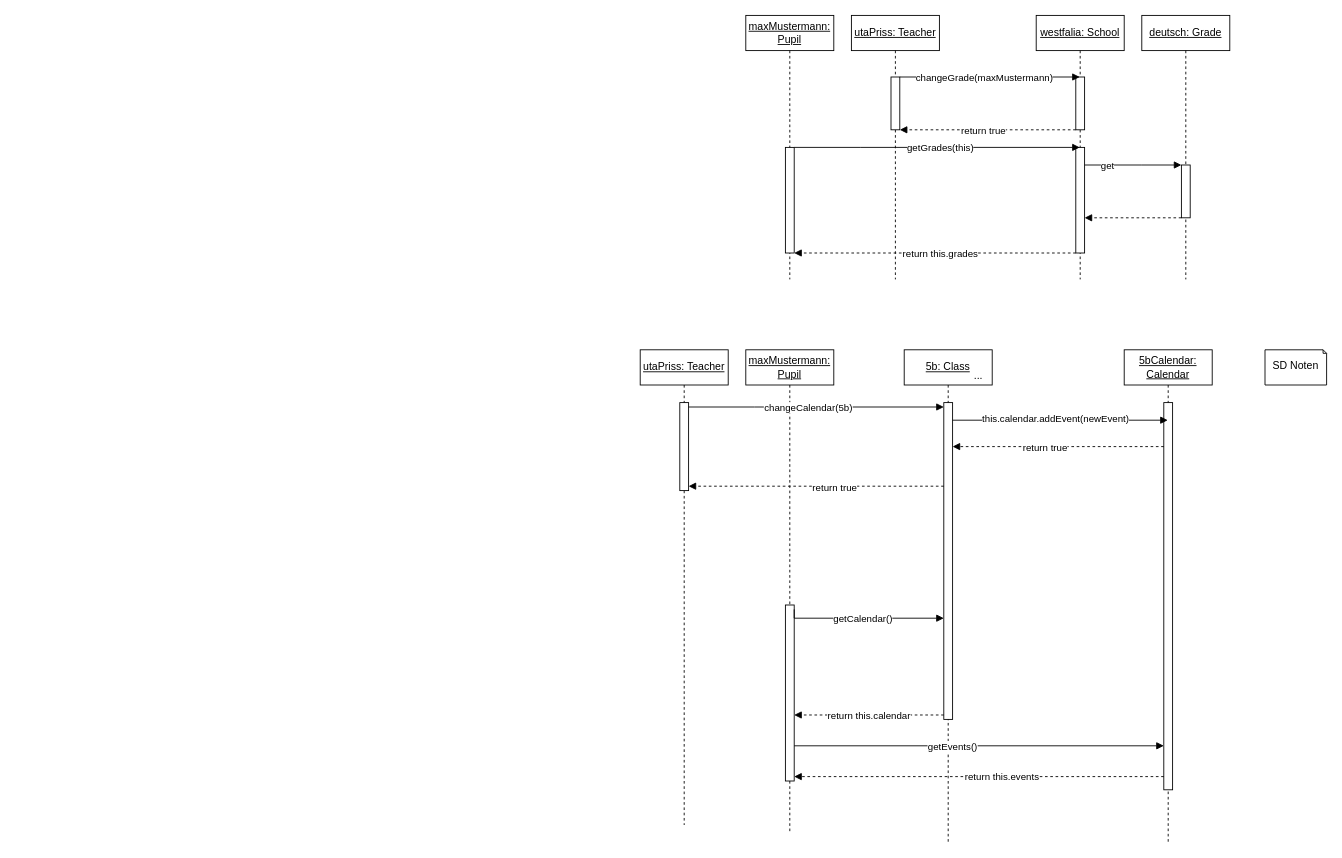
TrainFan1804/SchulverwaltungUML keeps this draw.io diagram as Sequenzdiagramm.drawio. Above is the earlier version. Source tidied: cells renumbered, new cells numbered last; positions are measured from the earlier drawing's top-left corner, leaving out a move shared by most shapes. Both pictures are drawn from the tidied source at 88%, with x=0, y=0 at pixel (640, 15).
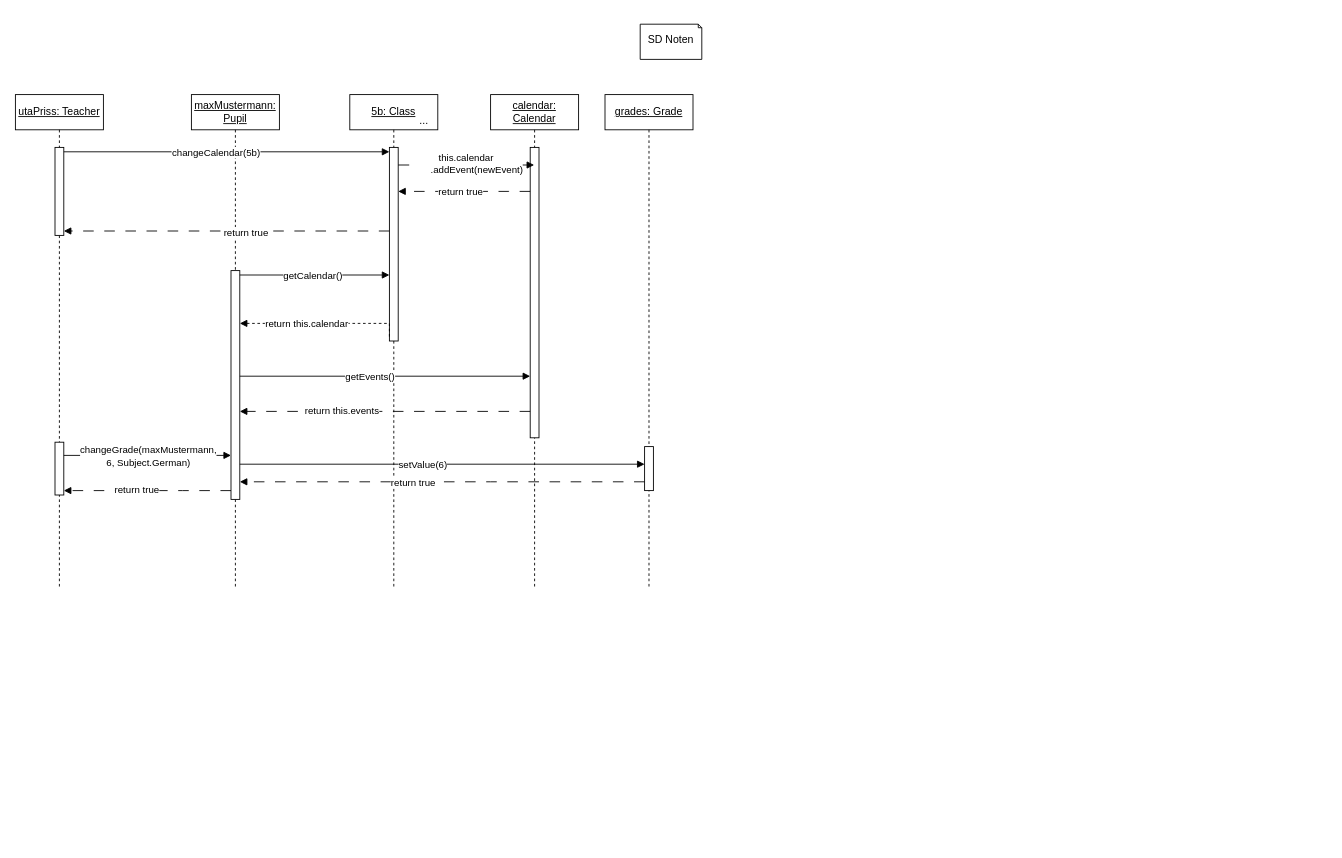
The same page after the edit.

The change refers to these unchanged cells:
```xml
<mxCell id="36" style="html=1;points=[[0,0,0,0,5],[0,1,0,0,-5],[1,0,0,0,5],[1,1,0,0,-5]];perimeter=orthogonalPerimeter;outlineConnect=0;targetShapes=umlLifeline;portConstraint=eastwest;newEdgeStyle={&quot;curved&quot;:0,&quot;rounded&quot;:0};" parent="35" vertex="1">
  <mxGeometry x="45" y="60" width="10" height="100" as="geometry" />
</mxCell>
```

What changed in the source:
```diff
@@
-    <mxCell id="2" value="&lt;u&gt;maxMustermann: Pupil&lt;/u&gt;" style="shape=umlLifeline;perimeter=lifelinePerimeter;whiteSpace=wrap;html=1;newEdgeStyle={&quot;edgeStyle&quot;:&quot;elbowEdgeStyle&quot;,&quot;elbow&quot;:&quot;vertical&quot;,&quot;curved&quot;:0,&quot;rounded&quot;:0};" parent="1" vertex="1">
-      <mxGeometry x="120" width="100" height="300" as="geometry" />
-    </mxCell>
-    <mxCell id="3" style="html=1;points=[[0,0,0,0,5],[0,1,0,0,-5],[1,0,0,0,5],[1,1,0,0,-5]];perimeter=orthogonalPerimeter;outlineConnect=0;targetShapes=umlLifeline;portConstraint=eastwest;newEdgeStyle={&quot;curved&quot;:0,&quot;rounded&quot;:0};" parent="2" vertex="1">
-      <mxGeometry x="45" y="150" width="10" height="120" as="geometry" />
-    </mxCell>
-    <mxCell id="4" value="&lt;u&gt;utaPriss: Teacher&lt;/u&gt;" style="shape=umlLifeline;perimeter=lifelinePerimeter;whiteSpace=wrap;html=1;newEdgeStyle={&quot;edgeStyle&quot;:&quot;elbowEdgeStyle&quot;,&quot;elbow&quot;:&quot;vertical&quot;,&quot;curved&quot;:0,&quot;rounded&quot;:0};" parent="1" vertex="1">
-      <mxGeometry x="240" width="100" height="300" as="geometry" />
-    </mxCell>
-    <mxCell id="5" style="html=1;points=[[0,0,0,0,5],[0,1,0,0,-5],[1,0,0,0,5],[1,1,0,0,-5]];perimeter=orthogonalPerimeter;outlineConnect=0;targetShapes=umlLifeline;portConstraint=eastwest;newEdgeStyle={&quot;curved&quot;:0,&quot;rounded&quot;:0};" parent="4" vertex="1">
-      <mxGeometry x="45" y="70" width="10" height="60" as="geometry" />
-    </mxCell>
-    <mxCell id="6" value="&lt;u&gt;westfalia: School&lt;/u&gt;" style="shape=umlLifeline;perimeter=lifelinePerimeter;whiteSpace=wrap;html=1;outlineConnect=0;portConstraint=eastwest;newEdgeStyle={&quot;edgeStyle&quot;:&quot;elbowEdgeStyle&quot;,&quot;elbow&quot;:&quot;vertical&quot;,&quot;curved&quot;:0,&quot;rounded&quot;:0};" parent="1" vertex="1">
-      <mxGeometry x="450" width="100" height="300" as="geometry" />
-    </mxCell>
-    <mxCell id="7" style="html=1;points=[[0,0,0,0,5],[0,1,0,0,-5],[1,0,0,0,5],[1,1,0,0,-5]];perimeter=orthogonalPerimeter;outlineConnect=0;targetShapes=umlLifeline;portConstraint=eastwest;newEdgeStyle={&quot;curved&quot;:0,&quot;rounded&quot;:0};" parent="6" vertex="1">
-      <mxGeometry x="45" y="70" width="10" height="60" as="geometry" />
-    </mxCell>
-    <mxCell id="8" style="html=1;points=[[0,0,0,0,5],[0,1,0,0,-5],[1,0,0,0,5],[1,1,0,0,-5]];perimeter=orthogonalPerimeter;outlineConnect=0;targetShapes=umlLifeline;portConstraint=eastwest;newEdgeStyle={&quot;curved&quot;:0,&quot;rounded&quot;:0};" parent="6" vertex="1">
-      <mxGeometry x="45" y="150" width="10" height="120" as="geometry" />
-    </mxCell>
     <mxCell id="9" value="SD Noten" style="shape=note2;boundedLbl=1;whiteSpace=wrap;html=1;size=4;verticalAlign=top;align=center;" parent="1" vertex="1">
-      <mxGeometry x="710" y="380" width="70" height="40" as="geometry" />
+      <mxGeometry y="10" width="70" height="40" as="geometry" />
     </mxCell>
-    <mxCell id="10" style="edgeStyle=orthogonalEdgeStyle;rounded=0;jettySize=auto;html=1;curved=0;endArrow=block;endFill=1;" parent="1" edge="1" source="5" target="6">
-      <mxGeometry relative="1" as="geometry">
-        <Array as="points">
-          <mxPoint x="350" y="70" />
-          <mxPoint x="350" y="70" />
-        </Array>
-      </mxGeometry>
-    </mxCell>
-    <mxCell id="11" value="changeGrade(maxMustermann)" style="edgeLabel;html=1;align=center;verticalAlign=middle;" parent="10" vertex="1">
-      <mxGeometry x="-0.48" relative="1" as="geometry">
-        <mxPoint x="42" as="offset" />
-      </mxGeometry>
-    </mxCell>
-    <mxCell id="12" style="edgeStyle=orthogonalEdgeStyle;rounded=0;jettySize=auto;html=1;curved=0;endArrow=block;endFill=1;dashed=1;" parent="1" edge="1" source="7" target="5">
-      <mxGeometry relative="1" as="geometry">
-        <Array as="points">
-          <mxPoint x="450" y="130" />
-          <mxPoint x="450" y="130" />
-        </Array>
-      </mxGeometry>
-    </mxCell>
-    <mxCell id="13" value="return true" style="edgeLabel;html=1;align=center;verticalAlign=middle;" parent="12" vertex="1">
-      <mxGeometry x="0.22" y="-1" relative="1" as="geometry">
-        <mxPoint x="16" y="1" as="offset" />
-      </mxGeometry>
-    </mxCell>
-    <mxCell id="14" style="edgeStyle=orthogonalEdgeStyle;rounded=0;jettySize=auto;html=1;curved=0;endArrow=block;endFill=1;" parent="1" edge="1" source="3" target="6">
-      <mxGeometry relative="1" as="geometry">
-        <Array as="points">
-          <mxPoint x="250" y="150" />
-          <mxPoint x="250" y="150" />
-        </Array>
-      </mxGeometry>
-    </mxCell>
-    <mxCell id="15" value="getGrades(this)" style="edgeLabel;html=1;align=center;verticalAlign=middle;" parent="14" vertex="1">
-      <mxGeometry x="-0.15" y="-2" relative="1" as="geometry">
-        <mxPoint x="27" y="-2" as="offset" />
-      </mxGeometry>
-    </mxCell>
-    <mxCell id="16" style="edgeStyle=orthogonalEdgeStyle;rounded=0;jettySize=auto;html=1;curved=0;dashed=1;endArrow=block;endFill=1;" parent="1" edge="1" source="8" target="3">
-      <mxGeometry relative="1" as="geometry">
-        <Array as="points">
-          <mxPoint x="340" y="270" />
-          <mxPoint x="340" y="270" />
-        </Array>
-      </mxGeometry>
-    </mxCell>
-    <mxCell id="17" value="return this.grades" style="edgeLabel;html=1;align=center;verticalAlign=middle;" parent="16" vertex="1">
-      <mxGeometry x="0.1" relative="1" as="geometry">
-        <mxPoint x="21" as="offset" />
-      </mxGeometry>
-    </mxCell>
-    <mxCell id="18" value="&lt;u&gt;deutsch: Grade&lt;/u&gt;" style="shape=umlLifeline;perimeter=lifelinePerimeter;whiteSpace=wrap;html=1;newEdgeStyle={&quot;edgeStyle&quot;:&quot;elbowEdgeStyle&quot;,&quot;elbow&quot;:&quot;vertical&quot;,&quot;curved&quot;:0,&quot;rounded&quot;:0};" parent="1" vertex="1">
-      <mxGeometry x="570" width="100" height="300" as="geometry" />
-    </mxCell>
-    <mxCell id="19" style="html=1;points=[[0,0,0,0,5],[0,1,0,0,-5],[1,0,0,0,5],[1,1,0,0,-5]];perimeter=orthogonalPerimeter;outlineConnect=0;targetShapes=umlLifeline;portConstraint=eastwest;newEdgeStyle={&quot;curved&quot;:0,&quot;rounded&quot;:0};" parent="18" vertex="1">
-      <mxGeometry x="45" y="170" width="10" height="60" as="geometry" />
-    </mxCell>
-    <mxCell id="20" style="edgeStyle=orthogonalEdgeStyle;rounded=0;jettySize=auto;html=1;curved=0;endArrow=block;endFill=1;" parent="1" edge="1" source="8" target="19">
-      <mxGeometry relative="1" as="geometry">
-        <Array as="points">
-          <mxPoint x="570" y="170" />
-          <mxPoint x="570" y="170" />
-        </Array>
-      </mxGeometry>
-    </mxCell>
-    <mxCell id="21" value="get" style="edgeLabel;html=1;align=center;verticalAlign=middle;" parent="20" vertex="1">
-      <mxGeometry x="-0.54" relative="1" as="geometry" />
-    </mxCell>
-    <mxCell id="22" style="edgeStyle=orthogonalEdgeStyle;rounded=0;jettySize=auto;html=1;curved=0;endArrow=block;endFill=1;dashed=1;" parent="1" edge="1" source="19" target="8">
-      <mxGeometry relative="1" as="geometry">
-        <Array as="points">
-          <mxPoint x="560" y="230" />
-          <mxPoint x="560" y="230" />
-        </Array>
-      </mxGeometry>
-    </mxCell>
     <mxCell id="23" value="&lt;u&gt;maxMustermann: Pupil&lt;/u&gt;" style="shape=umlLifeline;perimeter=lifelinePerimeter;whiteSpace=wrap;html=1;newEdgeStyle={&quot;edgeStyle&quot;:&quot;elbowEdgeStyle&quot;,&quot;elbow&quot;:&quot;vertical&quot;,&quot;curved&quot;:0,&quot;rounded&quot;:0};" parent="1" vertex="1">
-      <mxGeometry x="120" y="380" width="100" height="550" as="geometry" />
+      <mxGeometry x="-510" y="90" width="100" height="560" as="geometry" />
     </mxCell>
     <mxCell id="24" style="html=1;points=[[0,0,0,0,5],[0,1,0,0,-5],[1,0,0,0,5],[1,1,0,0,-5]];perimeter=orthogonalPerimeter;outlineConnect=0;targetShapes=umlLifeline;portConstraint=eastwest;newEdgeStyle={&quot;curved&quot;:0,&quot;rounded&quot;:0};" parent="23" vertex="1">
-      <mxGeometry x="45" y="290" width="10" height="200" as="geometry" />
+      <mxGeometry x="45" y="200" width="10" height="260" as="geometry" />
     </mxCell>
     <mxCell id="25" value="&lt;u&gt;5b: Class&lt;/u&gt;" style="shape=umlLifeline;perimeter=lifelinePerimeter;whiteSpace=wrap;html=1;newEdgeStyle={&quot;edgeStyle&quot;:&quot;elbowEdgeStyle&quot;,&quot;elbow&quot;:&quot;vertical&quot;,&quot;curved&quot;:0,&quot;rounded&quot;:0};" parent="1" vertex="1">
-      <mxGeometry x="300" y="380" width="100" height="560" as="geometry" />
+      <mxGeometry x="-330" y="90" width="100" height="560" as="geometry" />
     </mxCell>
     <mxCell id="26" style="html=1;points=[[0,0,0,0,5],[0,1,0,0,-5],[1,0,0,0,5],[1,1,0,0,-5]];perimeter=orthogonalPerimeter;outlineConnect=0;targetShapes=umlLifeline;portConstraint=eastwest;newEdgeStyle={&quot;curved&quot;:0,&quot;rounded&quot;:0};" parent="25" vertex="1">
-      <mxGeometry x="45" y="60" width="10" height="360" as="geometry" />
+      <mxGeometry x="45" y="60" width="10" height="220" as="geometry" />
     </mxCell>
     <mxCell id="27" style="edgeStyle=orthogonalEdgeStyle;rounded=0;jettySize=auto;html=1;curved=0;endArrow=block;endFill=1;exitX=1;exitY=0;exitDx=0;exitDy=5;exitPerimeter=0;" parent="1" edge="1" source="24" target="26">
       <mxGeometry relative="1" as="geometry">
         <Array as="points">
-          <mxPoint x="175" y="685" />
+          <mxPoint x="-360" y="295" />
+          <mxPoint x="-360" y="295" />
         </Array>
       </mxGeometry>
     </mxCell>
@@
     <mxCell id="29" style="edgeStyle=orthogonalEdgeStyle;rounded=0;jettySize=auto;html=1;curved=0;dashed=1;endArrow=block;endFill=1;exitX=0;exitY=1;exitDx=0;exitDy=-5;exitPerimeter=0;" parent="1" edge="1" source="26" target="24">
       <mxGeometry relative="1" as="geometry">
         <Array as="points">
-          <mxPoint x="220" y="795" />
-          <mxPoint x="220" y="795" />
+          <mxPoint x="-285" y="350" />
         </Array>
       </mxGeometry>
     </mxCell>
     <mxCell id="30" value="return this.calendar" style="edgeLabel;html=1;align=center;verticalAlign=middle;" parent="29" vertex="1">
       <mxGeometry x="0.1" relative="1" as="geometry">
-        <mxPoint x="8" as="offset" />
+        <mxPoint x="-8" as="offset" />
       </mxGeometry>
     </mxCell>
-    <mxCell id="31" value="&lt;u&gt;5bCalendar: Calendar&lt;/u&gt;" style="shape=umlLifeline;perimeter=lifelinePerimeter;whiteSpace=wrap;html=1;outlineConnect=0;portConstraint=eastwest;newEdgeStyle={&quot;edgeStyle&quot;:&quot;elbowEdgeStyle&quot;,&quot;elbow&quot;:&quot;vertical&quot;,&quot;curved&quot;:0,&quot;rounded&quot;:0};" parent="1" vertex="1">
-      <mxGeometry x="550" y="380" width="100" height="560" as="geometry" />
+    <mxCell id="31" value="&lt;u&gt;calendar: Calendar&lt;/u&gt;" style="shape=umlLifeline;perimeter=lifelinePerimeter;whiteSpace=wrap;html=1;outlineConnect=0;portConstraint=eastwest;newEdgeStyle={&quot;edgeStyle&quot;:&quot;elbowEdgeStyle&quot;,&quot;elbow&quot;:&quot;vertical&quot;,&quot;curved&quot;:0,&quot;rounded&quot;:0};" parent="1" vertex="1">
+      <mxGeometry x="-170" y="90" width="100" height="560" as="geometry" />
     </mxCell>
     <mxCell id="32" style="html=1;points=[[0,0,0,0,5],[0,1,0,0,-5],[1,0,0,0,5],[1,1,0,0,-5]];perimeter=orthogonalPerimeter;outlineConnect=0;targetShapes=umlLifeline;portConstraint=eastwest;newEdgeStyle={&quot;curved&quot;:0,&quot;rounded&quot;:0};" parent="31" vertex="1">
-      <mxGeometry x="45" y="60" width="10" height="440" as="geometry" />
+      <mxGeometry x="45" y="60" width="10" height="330" as="geometry" />
     </mxCell>
     <mxCell id="33" style="edgeStyle=orthogonalEdgeStyle;rounded=0;jettySize=auto;html=1;curved=0;endArrow=block;endFill=1;" parent="1" edge="1" source="24" target="32">
       <mxGeometry relative="1" as="geometry">
         <Array as="points">
-          <mxPoint x="260" y="830" />
-          <mxPoint x="260" y="830" />
+          <mxPoint x="-280" y="410" />
+          <mxPoint x="-280" y="410" />
         </Array>
       </mxGeometry>
     </mxCell>
@@
     <mxCell id="35" value="&lt;u&gt;utaPriss: Teacher&lt;/u&gt;" style="shape=umlLifeline;perimeter=lifelinePerimeter;whiteSpace=wrap;html=1;newEdgeStyle={&quot;edgeStyle&quot;:&quot;elbowEdgeStyle&quot;,&quot;elbow&quot;:&quot;vertical&quot;,&quot;curved&quot;:0,&quot;rounded&quot;:0};" parent="1" vertex="1">
-      <mxGeometry y="380" width="100" height="540" as="geometry" />
+      <mxGeometry x="-710" y="90" width="100" height="560" as="geometry" />
     </mxCell>
@@
+    <mxCell id="5" style="html=1;points=[[0,0,0,0,5],[0,1,0,0,-5],[1,0,0,0,5],[1,1,0,0,-5]];perimeter=orthogonalPerimeter;outlineConnect=0;targetShapes=umlLifeline;portConstraint=eastwest;newEdgeStyle={&quot;curved&quot;:0,&quot;rounded&quot;:0};" parent="35" vertex="1">
+      <mxGeometry x="45" y="395" width="10" height="60" as="geometry" />
+    </mxCell>
     <mxCell id="37" style="edgeStyle=orthogonalEdgeStyle;rounded=0;jettySize=auto;html=1;curved=0;entryX=0;entryY=0;entryDx=0;entryDy=5;entryPerimeter=0;endArrow=block;endFill=1;" parent="1" edge="1" source="36" target="26">
       <mxGeometry relative="1" as="geometry">
         <Array as="points">
-          <mxPoint x="130" y="445" />
-          <mxPoint x="130" y="445" />
+          <mxPoint x="-500" y="155" />
+          <mxPoint x="-500" y="155" />
         </Array>
       </mxGeometry>
     </mxCell>
@@
     <mxCell id="39" style="edgeStyle=orthogonalEdgeStyle;rounded=0;jettySize=auto;html=1;curved=0;endArrow=block;endFill=1;" parent="1" edge="1" source="26" target="31">
       <mxGeometry relative="1" as="geometry">
         <Array as="points">
-          <mxPoint x="410" y="460" />
-          <mxPoint x="410" y="460" />
+          <mxPoint x="-220" y="170" />
+          <mxPoint x="-220" y="170" />
         </Array>
       </mxGeometry>
     </mxCell>
-    <mxCell id="40" value="this.calendar.addEvent(newEvent)" style="edgeLabel;html=1;align=center;verticalAlign=middle;" parent="39" vertex="1">
+    <mxCell id="40" value="this.calendar&lt;div&gt;&lt;span style=&quot;white-space: pre;&quot;&gt;&#9;&lt;/span&gt;.addEvent(newEvent)&lt;/div&gt;" style="edgeLabel;html=1;align=center;verticalAlign=middle;" parent="39" vertex="1">
       <mxGeometry x="-0.46" y="3" relative="1" as="geometry">
-        <mxPoint x="50" y="1" as="offset" />
+        <mxPoint x="34" y="1" as="offset" />
       </mxGeometry>
     </mxCell>
-    <mxCell id="41" style="edgeStyle=orthogonalEdgeStyle;rounded=0;jettySize=auto;html=1;curved=0;endArrow=block;endFill=1;dashed=1;" parent="1" edge="1" source="32" target="26">
+    <mxCell id="41" style="edgeStyle=orthogonalEdgeStyle;rounded=0;jettySize=auto;html=1;curved=0;endArrow=block;endFill=1;dashed=1;dashPattern=12 12;" parent="1" edge="1" source="32" target="26">
       <mxGeometry relative="1" as="geometry">
         <Array as="points">
-          <mxPoint x="480" y="490" />
-          <mxPoint x="480" y="490" />
+          <mxPoint x="-150" y="200" />
+          <mxPoint x="-150" y="200" />
         </Array>
       </mxGeometry>
     </mxCell>
@@
     <mxCell id="43" value="..." style="text;html=1;align=center;verticalAlign=middle;strokeColor=none;fillColor=none;" parent="1" vertex="1">
-      <mxGeometry x="369" y="395" width="30" height="30" as="geometry" />
+      <mxGeometry x="-261" y="105" width="30" height="30" as="geometry" />
     </mxCell>
-    <mxCell id="44" style="edgeStyle=orthogonalEdgeStyle;rounded=0;jettySize=auto;html=1;curved=0;endArrow=block;endFill=1;dashed=1;entryX=1;entryY=1;entryDx=0;entryDy=-5;entryPerimeter=0;" parent="1" edge="1" source="26" target="36">
+    <mxCell id="44" style="edgeStyle=orthogonalEdgeStyle;rounded=0;jettySize=auto;html=1;curved=0;endArrow=block;endFill=1;dashed=1;entryX=1;entryY=1;entryDx=0;entryDy=-5;entryPerimeter=0;dashPattern=12 12;" parent="1" edge="1" source="26" target="36">
       <mxGeometry relative="1" as="geometry">
         <Array as="points">
-          <mxPoint x="140" y="535" />
-          <mxPoint x="140" y="535" />
+          <mxPoint x="-490" y="245" />
+          <mxPoint x="-490" y="245" />
         </Array>
       </mxGeometry>
     </mxCell>
@@
-    <mxCell id="46" style="edgeStyle=orthogonalEdgeStyle;rounded=0;jettySize=auto;html=1;curved=0;entryX=1;entryY=1;entryDx=0;entryDy=-5;entryPerimeter=0;endArrow=block;endFill=1;dashed=1;" parent="1" edge="1" source="32" target="24">
+    <mxCell id="46" style="edgeStyle=orthogonalEdgeStyle;rounded=0;jettySize=auto;html=1;curved=0;endArrow=block;endFill=1;dashed=1;dashPattern=12 12;" parent="1" edge="1" source="32" target="24">
       <mxGeometry relative="1" as="geometry">
         <Array as="points">
-          <mxPoint x="500" y="865" />
-          <mxPoint x="500" y="865" />
+          <mxPoint x="-290" y="450" />
+          <mxPoint x="-290" y="450" />
         </Array>
       </mxGeometry>
     </mxCell>
     <mxCell id="47" value="return this.events" style="edgeLabel;html=1;align=center;verticalAlign=middle;" parent="46" vertex="1">
       <mxGeometry x="-0.09" y="-1" relative="1" as="geometry">
-        <mxPoint x="6" as="offset" />
+        <mxPoint x="-65" as="offset" />
       </mxGeometry>
     </mxCell>
+    <mxCell id="10" style="edgeStyle=orthogonalEdgeStyle;rounded=0;jettySize=auto;html=1;curved=0;endArrow=block;endFill=1;" parent="1" edge="1" source="5" target="24">
+      <mxGeometry relative="1" as="geometry">
+        <Array as="points">
+          <mxPoint x="-570" y="500" />
+          <mxPoint x="-570" y="500" />
+        </Array>
+      </mxGeometry>
+    </mxCell>
+    <mxCell id="11" value="changeGrade(maxMustermann,&lt;div&gt;6, Subject.German)&lt;/div&gt;" style="edgeLabel;html=1;align=center;verticalAlign=middle;" parent="10" vertex="1">
+      <mxGeometry x="-0.48" relative="1" as="geometry">
+        <mxPoint x="46" as="offset" />
+      </mxGeometry>
+    </mxCell>
+    <mxCell id="48" value="&lt;u&gt;grades: Grade&lt;/u&gt;" style="shape=umlLifeline;perimeter=lifelinePerimeter;whiteSpace=wrap;html=1;newEdgeStyle={&quot;edgeStyle&quot;:&quot;elbowEdgeStyle&quot;,&quot;elbow&quot;:&quot;vertical&quot;,&quot;curved&quot;:0,&quot;rounded&quot;:0};" parent="1" vertex="1">
+      <mxGeometry x="-40" y="90" width="100" height="560" as="geometry" />
+    </mxCell>
+    <mxCell id="49" style="html=1;points=[[0,0,0,0,5],[0,1,0,0,-5],[1,0,0,0,5],[1,1,0,0,-5]];perimeter=orthogonalPerimeter;outlineConnect=0;targetShapes=umlLifeline;portConstraint=eastwest;newEdgeStyle={&quot;curved&quot;:0,&quot;rounded&quot;:0};" parent="48" vertex="1">
+      <mxGeometry x="45" y="400" width="10" height="50" as="geometry" />
+    </mxCell>
+    <mxCell id="50" style="edgeStyle=orthogonalEdgeStyle;rounded=0;jettySize=auto;html=1;curved=0;endArrow=block;endFill=1;" parent="1" edge="1" source="24" target="49">
+      <mxGeometry relative="1" as="geometry">
+        <Array as="points">
+          <mxPoint x="-230" y="510" />
+          <mxPoint x="-230" y="510" />
+        </Array>
+      </mxGeometry>
+    </mxCell>
+    <mxCell id="51" value="setValue(6)" style="edgeLabel;html=1;align=center;verticalAlign=middle;" parent="50" vertex="1">
+      <mxGeometry x="-0.17" y="-1" relative="1" as="geometry">
+        <mxPoint x="16" y="-1" as="offset" />
+      </mxGeometry>
+    </mxCell>
+    <mxCell id="52" style="edgeStyle=orthogonalEdgeStyle;rounded=0;jettySize=auto;html=1;curved=0;dashed=1;endArrow=block;endFill=1;dashPattern=12 12;" parent="1" edge="1" source="49" target="24">
+      <mxGeometry relative="1" as="geometry">
+        <Array as="points">
+          <mxPoint x="-170" y="530" />
+          <mxPoint x="-170" y="530" />
+        </Array>
+      </mxGeometry>
+    </mxCell>
+    <mxCell id="53" value="return true" style="edgeLabel;html=1;align=center;verticalAlign=middle;" parent="52" vertex="1">
+      <mxGeometry x="-0.11" y="2" relative="1" as="geometry">
+        <mxPoint x="-59" y="-2" as="offset" />
+      </mxGeometry>
+    </mxCell>
+    <mxCell id="54" style="edgeStyle=orthogonalEdgeStyle;rounded=0;jettySize=auto;html=1;curved=0;endArrow=block;endFill=1;dashed=1;dashPattern=12 12;" parent="1" edge="1" source="24" target="5">
+      <mxGeometry relative="1" as="geometry">
+        <Array as="points">
+          <mxPoint x="-520" y="540" />
+          <mxPoint x="-520" y="540" />
+        </Array>
+      </mxGeometry>
+    </mxCell>
+    <mxCell id="55" value="return true" style="edgeLabel;html=1;align=center;verticalAlign=middle;" parent="54" vertex="1">
+      <mxGeometry x="0.14" y="-2" relative="1" as="geometry" />
+    </mxCell>
```
